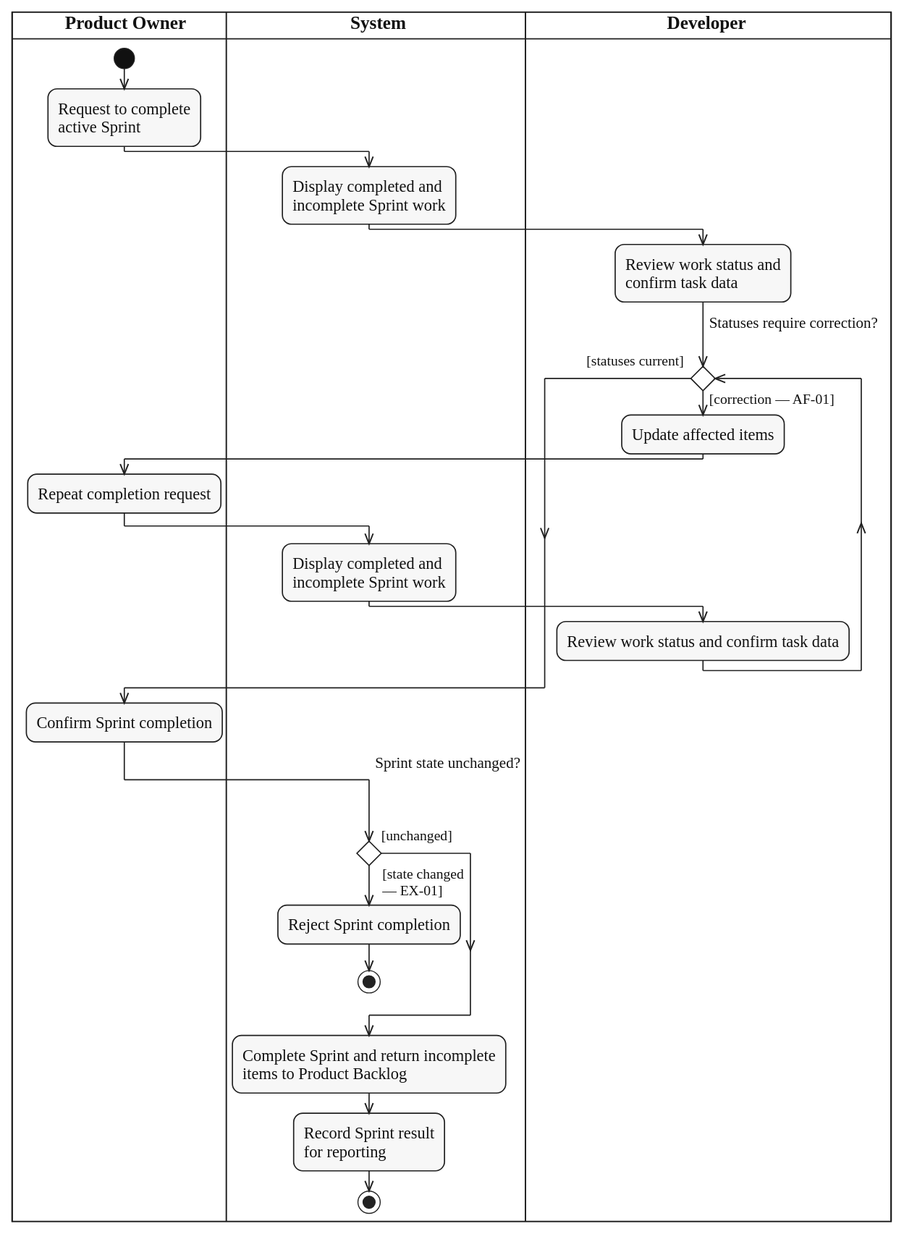
This is diagrams/activity/sprint-management/svg/UC-SPRINT-COMPLETE.svg from lukenab/swd392-doc-automation, a PlantUML export, as it was before one commit. Its source is kept beside it as diagrams/activity/sprint-management/source/UC-SPRINT-COMPLETE.puml.
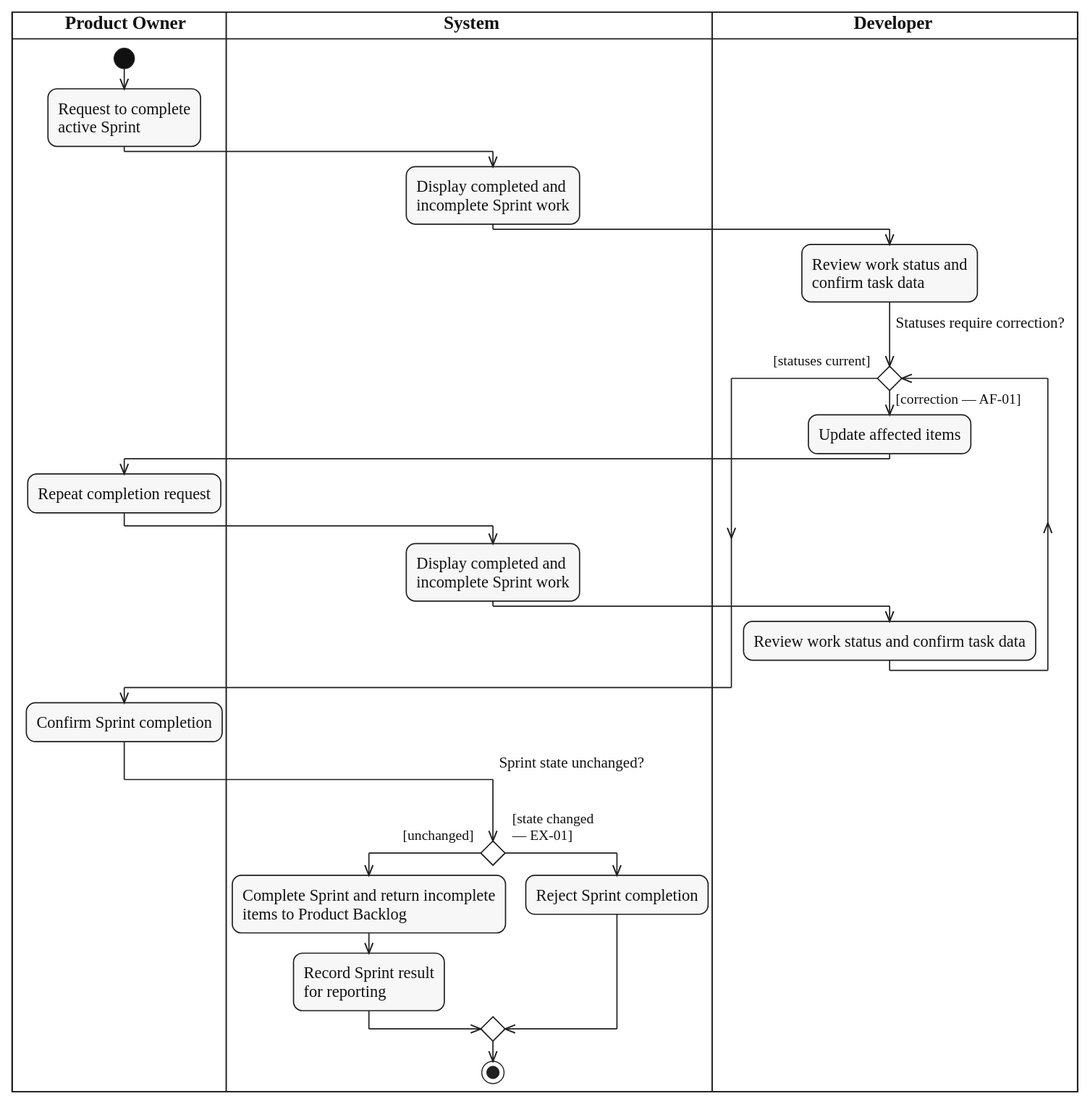
The same file after the commit.

Commit message:
docs(activity): use a single activity final in sprint-management diagrams

Change to the diagram source:
```diff
@@ -29,13 +29,13 @@
 :Confirm Sprint completion;
 |SYS|
 if ($question_x("Sprint state unchanged?")) then ($guard_left("[unchanged]"))
+  :Complete Sprint and return incomplete
+  items to Product Backlog;
+  :Record Sprint result
+  for reporting;
 else ($guard_right("[state changed", "— EX-01]"))
   :Reject Sprint completion;
-  stop
 endif
-:Complete Sprint and return incomplete
-items to Product Backlog;
-:Record Sprint result
-for reporting;
+|SYS|
 stop
 @enduml
```
